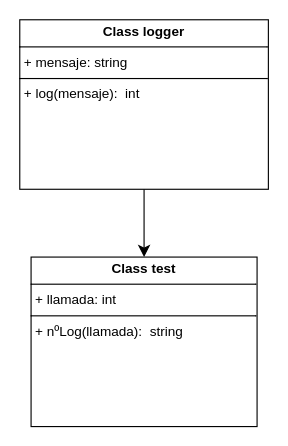
Alfonso18Feb/Classes-POO.Ind1 keeps this draw.io diagram as logger.drawio. Above is the earlier version. Source tidied: cells renumbered, new cells numbered last; positions are measured from the earlier drawing's top-left corner, leaving out a move shared by most shapes. Both pictures are drawn from the tidied source at 113%, with x=0, y=0 at pixel (19, 19).
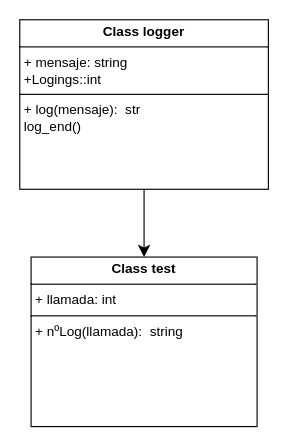
Above is the later version.

What changed in the source:
```diff
@@
 <mxGraphModel>
   <root>
     <mxCell id="0" />
     <mxCell id="1" parent="0" />
     <mxCell id="2" style="edgeStyle=none;curved=1;rounded=0;jettySize=auto;html=1;exitX=0.5;exitY=1;exitDx=0;exitDy=0;entryX=0.5;entryY=0;entryDx=0;entryDy=0;fontSize=12;startSize=8;endSize=8;" parent="1" edge="1" source="3" target="4">
       <mxGeometry relative="1" as="geometry" />
     </mxCell>
-    <mxCell id="3" value="&lt;p style=&quot;margin:0px;margin-top:4px;text-align:center;&quot;&gt;&lt;b&gt;Class logger&lt;/b&gt;&lt;/p&gt;&lt;hr size=&quot;1&quot; style=&quot;border-style:solid;&quot;&gt;&lt;p style=&quot;margin:0px;margin-left:4px;&quot;&gt;+ mensaje: string&lt;/p&gt;&lt;hr size=&quot;1&quot; style=&quot;border-style:solid;&quot;&gt;&lt;p style=&quot;margin:0px;margin-left:4px;&quot;&gt;+ log(mensaje):&amp;nbsp; int&lt;/p&gt;" style="verticalAlign=top;align=left;overflow=fill;html=1;whiteSpace=wrap;" parent="1" vertex="1">
+    <mxCell id="3" value="&lt;p style=&quot;margin:0px;margin-top:4px;text-align:center;&quot;&gt;&lt;b&gt;Class logger&lt;/b&gt;&lt;/p&gt;&lt;hr size=&quot;1&quot; style=&quot;border-style:solid;&quot;&gt;&lt;p style=&quot;margin:0px;margin-left:4px;&quot;&gt;+ mensaje: string&lt;/p&gt;&lt;p style=&quot;margin:0px;margin-left:4px;&quot;&gt;+Logings::int&lt;/p&gt;&lt;hr size=&quot;1&quot; style=&quot;border-style:solid;&quot;&gt;&lt;p style=&quot;margin:0px;margin-left:4px;&quot;&gt;+ log(mensaje):&amp;nbsp; str&lt;/p&gt;&lt;p style=&quot;margin:0px;margin-left:4px;&quot;&gt;log_end()&lt;/p&gt;&lt;p style=&quot;margin:0px;margin-left:4px;&quot;&gt;&lt;br&gt;&lt;/p&gt;" style="verticalAlign=top;align=left;overflow=fill;html=1;whiteSpace=wrap;" parent="1" vertex="1">
       <mxGeometry width="220" height="150" as="geometry" />
     </mxCell>
     <mxCell id="4" value="&lt;p style=&quot;margin:0px;margin-top:4px;text-align:center;&quot;&gt;&lt;b&gt;Class test&lt;/b&gt;&lt;/p&gt;&lt;hr size=&quot;1&quot; style=&quot;border-style:solid;&quot;&gt;&lt;p style=&quot;margin:0px;margin-left:4px;&quot;&gt;+ llamada: int&lt;/p&gt;&lt;hr size=&quot;1&quot; style=&quot;border-style:solid;&quot;&gt;&lt;p style=&quot;margin:0px;margin-left:4px;&quot;&gt;+ nºLog(llamada):&amp;nbsp; string&lt;/p&gt;" style="verticalAlign=top;align=left;overflow=fill;html=1;whiteSpace=wrap;" parent="1" vertex="1">
       <mxGeometry x="10" y="210" width="200" height="150" as="geometry" />
     </mxCell>
   </root>
 </mxGraphModel>
```
